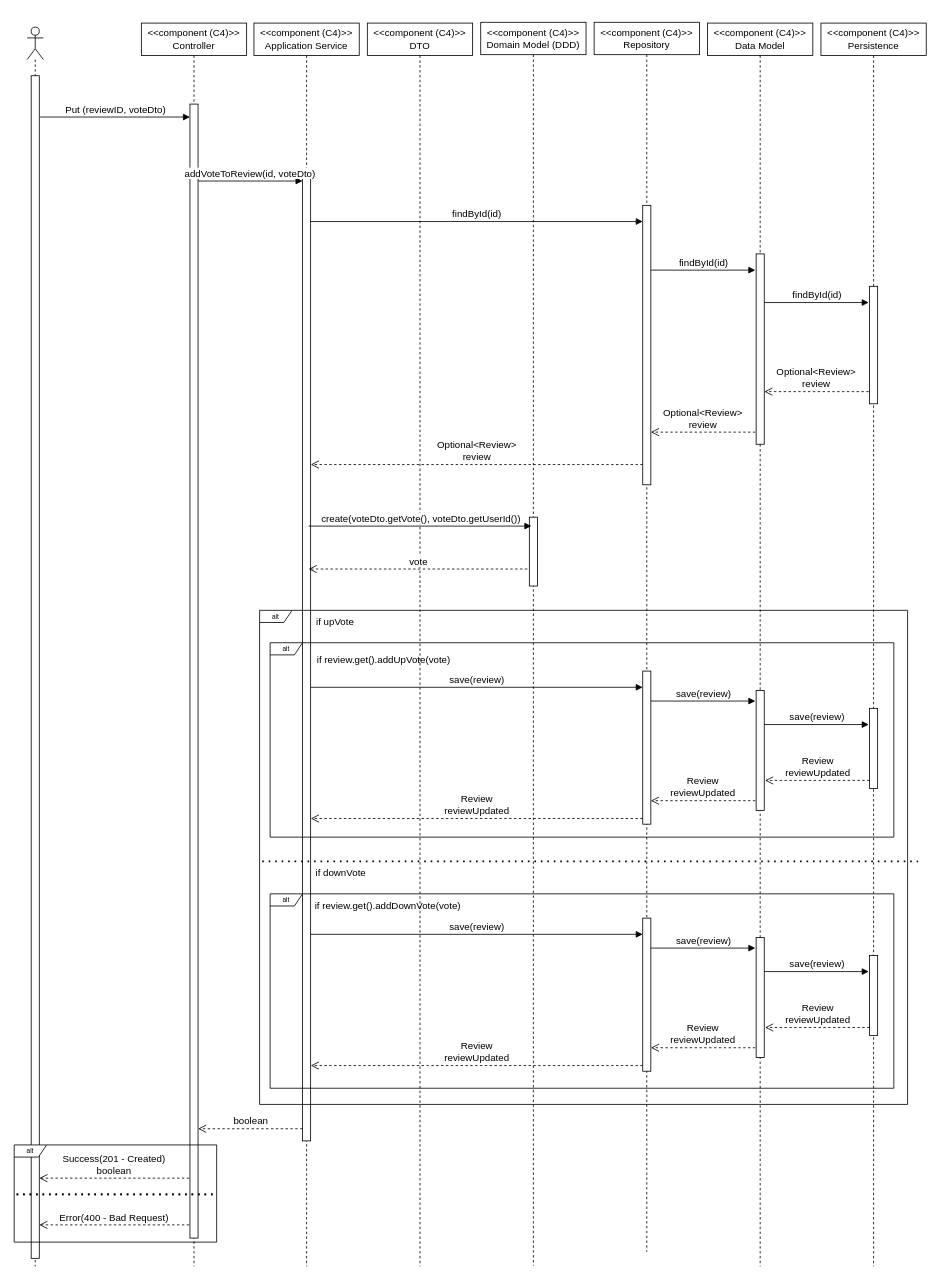
Above: page "N3_VP_Put_Review - Vote" (16 of 21) of drawio/acme_documentation.drawio in andre34gomes/ARQSOFT (draw.io), before the change. Source tidied: cells renumbered, new cells numbered last; positions are measured from the earlier drawing's top-left corner, leaving out a move shared by most shapes. Both pictures are drawn from the tidied source at 81%, with x=0, y=0 at pixel (14, 22).
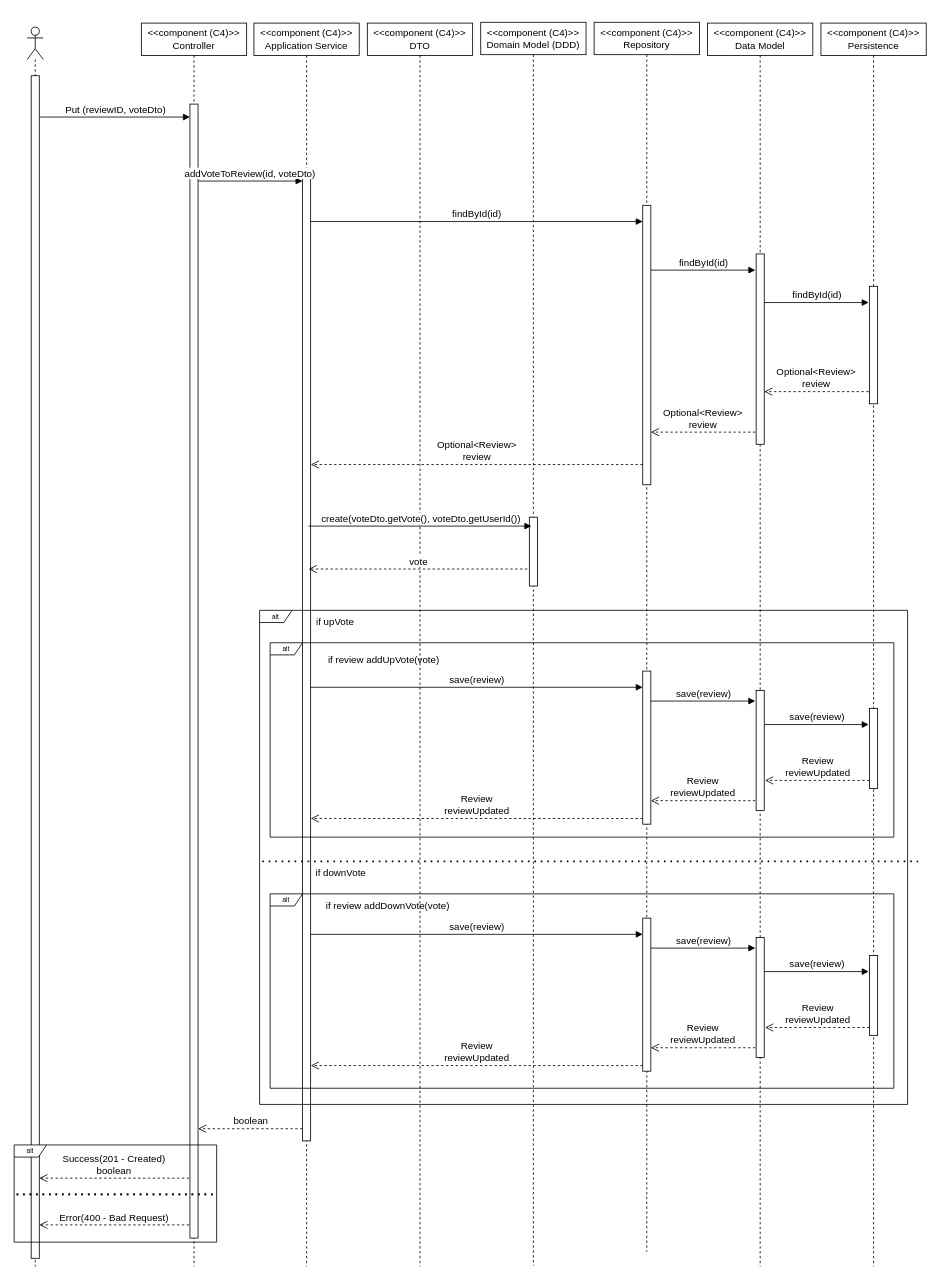
Above is the later version.

The edit, as a diff of the source:
```diff
@@
-    <mxCell id="52" value="if review.get().addUpVote(vote)" style="text;html=1;align=center;verticalAlign=middle;strokeColor=none;fillColor=none;fontStyle=0;" parent="1" vertex="1">
-      <mxGeometry x="361" y="772" width="190" height="30" as="geometry" />
+    <mxCell id="52" value="if review addUpVote(vote)" style="text;html=1;align=center;verticalAlign=middle;strokeColor=none;fillColor=none;fontStyle=0;" parent="1" vertex="1">
+      <mxGeometry x="376" y="772" width="160" height="30" as="geometry" />
     </mxCell>
-    <mxCell id="53" value="if review.get().addDownVote(vote)" style="text;html=1;align=center;verticalAlign=middle;strokeColor=none;fillColor=none;fontStyle=0;" parent="1" vertex="1">
-      <mxGeometry x="361" y="1076" width="200" height="30" as="geometry" />
+    <mxCell id="53" value="if review addDownVote(vote)" style="text;html=1;align=center;verticalAlign=middle;strokeColor=none;fillColor=none;fontStyle=0;" parent="1" vertex="1">
+      <mxGeometry x="371" y="1076" width="180" height="30" as="geometry" />
     </mxCell>
```
